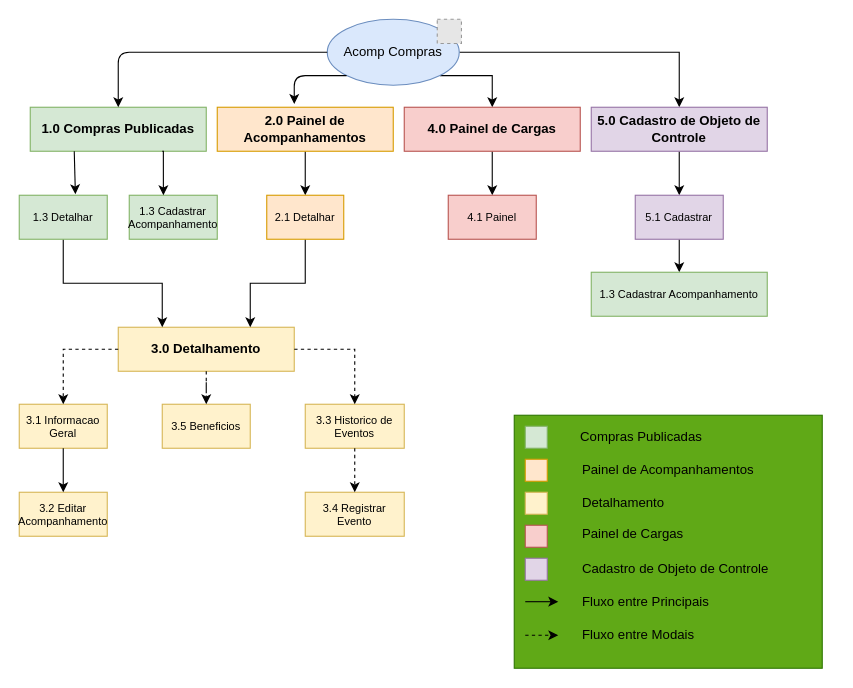
This is Acomp-Compras.drawio from TiagoDiasDev/aulas-particulares, a draw.io file, before an edit. Source tidied: cells renumbered, new cells numbered last; positions are measured from the earlier drawing's top-left corner, leaving out a move shared by most shapes. Both pictures are drawn from the tidied source at 110%, with x=0, y=0 at pixel (19, 19). Pictures stored in the file or linked from it are replaced by grey dashed boxes.
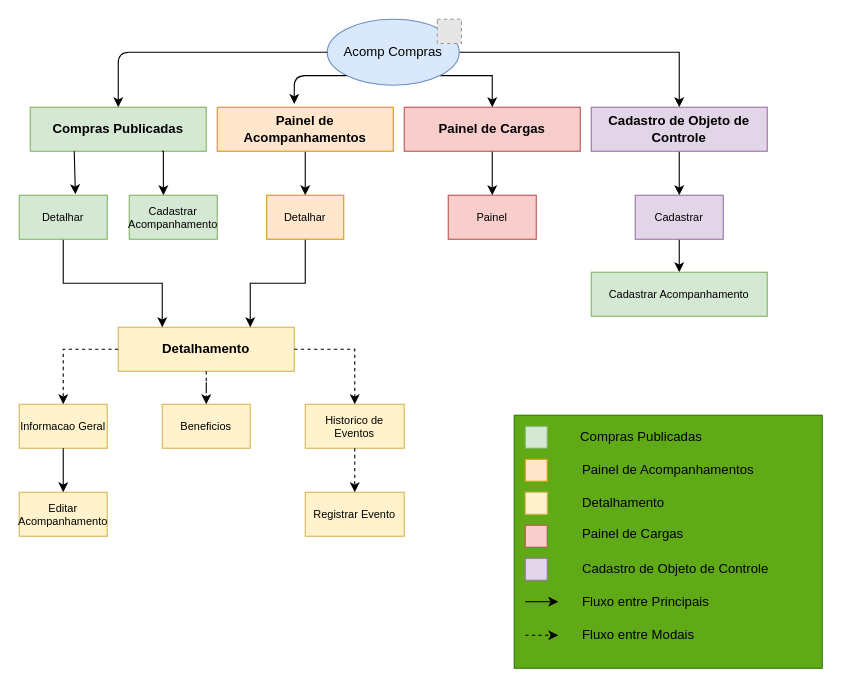
After the change.

Diff of the diagram source:
```diff
@@
-    <mxCell id="5" value="1.0 Compras Publicadas" style="rectangle;whiteSpace=wrap;html=1;fillColor=#d5e8d4;strokeColor=#82b366;fontSize=12;fontStyle=1;" parent="1" vertex="1">
+    <mxCell id="5" value="Compras Publicadas" style="rectangle;whiteSpace=wrap;html=1;fillColor=#d5e8d4;strokeColor=#82b366;fontSize=12;fontStyle=1;" parent="1" vertex="1">
       <mxGeometry x="10" y="80" width="160" height="40" as="geometry" />
     </mxCell>
@@
-    <mxCell id="7" value="2.0 Painel de Acompanhamentos" style="rectangle;whiteSpace=wrap;html=1;fillColor=#ffe6cc;strokeColor=#d79b00;fontSize=12;fontStyle=1;" parent="1" vertex="1">
+    <mxCell id="7" value="Painel de Acompanhamentos" style="rectangle;whiteSpace=wrap;html=1;fillColor=#ffe6cc;strokeColor=#d79b00;fontSize=12;fontStyle=1;" parent="1" vertex="1">
       <mxGeometry x="180" y="80" width="160" height="40" as="geometry" />
     </mxCell>
-    <mxCell id="8" value="3.0 Detalhamento" style="rectangle;whiteSpace=wrap;html=1;fillColor=#fff2cc;strokeColor=#d6b656;fontSize=12;fontStyle=1;" parent="1" vertex="1">
+    <mxCell id="8" value="Detalhamento" style="rectangle;whiteSpace=wrap;html=1;fillColor=#fff2cc;strokeColor=#d6b656;fontSize=12;fontStyle=1;" parent="1" vertex="1">
       <mxGeometry x="90" y="280" width="160" height="40" as="geometry" />
     </mxCell>
@@
-    <mxCell id="10" value="&lt;font style=&quot;font-size: 10px;&quot;&gt;1.3 Detalhar&lt;/font&gt;" style="rectangle;whiteSpace=wrap;html=1;fillColor=#d5e8d4;strokeColor=#82b366;fontSize=10;" parent="1" vertex="1">
+    <mxCell id="10" value="&lt;font style=&quot;font-size: 10px;&quot;&gt;Detalhar&lt;/font&gt;" style="rectangle;whiteSpace=wrap;html=1;fillColor=#d5e8d4;strokeColor=#82b366;fontSize=10;" parent="1" vertex="1">
       <mxGeometry y="160" width="80" height="40" as="geometry" />
     </mxCell>
-    <mxCell id="11" value="&lt;font style=&quot;font-size: 10px;&quot;&gt;1.3 Cadastrar Acompanhamento&lt;/font&gt;" style="rectangle;whiteSpace=wrap;html=1;fillColor=#d5e8d4;strokeColor=#82b366;fontSize=10;" parent="1" vertex="1">
+    <mxCell id="11" value="&lt;font style=&quot;font-size: 10px;&quot;&gt;Cadastrar Acompanhamento&lt;/font&gt;" style="rectangle;whiteSpace=wrap;html=1;fillColor=#d5e8d4;strokeColor=#82b366;fontSize=10;" parent="1" vertex="1">
       <mxGeometry x="100" y="160" width="80" height="40" as="geometry" />
     </mxCell>
@@
-    <mxCell id="13" value="2.1 Detalhar" style="rectangle;whiteSpace=wrap;html=1;fillColor=#ffe6cc;strokeColor=#d79b00;fontSize=10;" parent="1" vertex="1">
+    <mxCell id="13" value="Detalhar" style="rectangle;whiteSpace=wrap;html=1;fillColor=#ffe6cc;strokeColor=#d79b00;fontSize=10;" parent="1" vertex="1">
       <mxGeometry x="225" y="160" width="70" height="40" as="geometry" />
     </mxCell>
-    <mxCell id="14" value="3.1 Informacao Geral" style="rectangle;whiteSpace=wrap;html=1;fillColor=#fff2cc;strokeColor=#d6b656;fontSize=10;" parent="1" vertex="1">
+    <mxCell id="14" value="Informacao Geral" style="rectangle;whiteSpace=wrap;html=1;fillColor=#fff2cc;strokeColor=#d6b656;fontSize=10;" parent="1" vertex="1">
       <mxGeometry y="350" width="80" height="40" as="geometry" />
     </mxCell>
-    <mxCell id="15" value="3.3 Historico de Eventos" style="rectangle;whiteSpace=wrap;html=1;fillColor=#fff2cc;strokeColor=#d6b656;fontSize=10;" parent="1" vertex="1">
+    <mxCell id="15" value="Historico de Eventos" style="rectangle;whiteSpace=wrap;html=1;fillColor=#fff2cc;strokeColor=#d6b656;fontSize=10;" parent="1" vertex="1">
       <mxGeometry x="260" y="350" width="90" height="40" as="geometry" />
     </mxCell>
-    <mxCell id="16" value="3.5 Beneficios" style="rectangle;whiteSpace=wrap;html=1;fillColor=#fff2cc;strokeColor=#d6b656;fontSize=10;" parent="1" vertex="1">
+    <mxCell id="16" value="Beneficios" style="rectangle;whiteSpace=wrap;html=1;fillColor=#fff2cc;strokeColor=#d6b656;fontSize=10;" parent="1" vertex="1">
       <mxGeometry x="130" y="350" width="80" height="40" as="geometry" />
     </mxCell>
@@
-    <mxCell id="21" value="5.0 Cadastro de Objeto de Controle" style="rectangle;whiteSpace=wrap;html=1;fillColor=#e1d5e7;strokeColor=#9673a6;fontSize=12;fontStyle=1;" parent="1" vertex="1">
+    <mxCell id="21" value="Cadastro de Objeto de Controle" style="rectangle;whiteSpace=wrap;html=1;fillColor=#e1d5e7;strokeColor=#9673a6;fontSize=12;fontStyle=1;" parent="1" vertex="1">
       <mxGeometry x="520" y="80" width="160" height="40" as="geometry" />
     </mxCell>
@@
-    <mxCell id="23" value="5.1 Cadastrar" style="rectangle;whiteSpace=wrap;html=1;fillColor=#e1d5e7;strokeColor=#9673a6;fontSize=10;" parent="1" vertex="1">
+    <mxCell id="23" value="Cadastrar" style="rectangle;whiteSpace=wrap;html=1;fillColor=#e1d5e7;strokeColor=#9673a6;fontSize=10;" parent="1" vertex="1">
       <mxGeometry x="560" y="160" width="80" height="40" as="geometry" />
     </mxCell>
@@
-    <mxCell id="25" value="4.0 Painel de Cargas" style="rectangle;whiteSpace=wrap;html=1;fillColor=#f8cecc;strokeColor=#b85450;fontSize=12;fontStyle=1;" parent="1" vertex="1">
+    <mxCell id="25" value="Painel de Cargas" style="rectangle;whiteSpace=wrap;html=1;fillColor=#f8cecc;strokeColor=#b85450;fontSize=12;fontStyle=1;" parent="1" vertex="1">
       <mxGeometry x="350" y="80" width="160" height="40" as="geometry" />
     </mxCell>
-    <mxCell id="26" value="4.1 Painel" style="rectangle;whiteSpace=wrap;html=1;fillColor=#f8cecc;strokeColor=#b85450;fontSize=10;" parent="1" vertex="1">
+    <mxCell id="26" value="Painel" style="rectangle;whiteSpace=wrap;html=1;fillColor=#f8cecc;strokeColor=#b85450;fontSize=10;" parent="1" vertex="1">
       <mxGeometry x="390" y="160" width="80" height="40" as="geometry" />
     </mxCell>
-    <mxCell id="27" value="1.3 Cadastrar Acompanhamento" style="rectangle;whiteSpace=wrap;html=1;fillColor=#d5e8d4;strokeColor=#82b366;fontSize=10;" parent="1" vertex="1">
+    <mxCell id="27" value="Cadastrar Acompanhamento" style="rectangle;whiteSpace=wrap;html=1;fillColor=#d5e8d4;strokeColor=#82b366;fontSize=10;" parent="1" vertex="1">
       <mxGeometry x="520" y="230" width="160" height="40" as="geometry" />
     </mxCell>
-    <mxCell id="28" value="3.2 Editar Acompanhamento" style="rectangle;whiteSpace=wrap;html=1;fillColor=#fff2cc;strokeColor=#d6b656;fontSize=10;" parent="1" vertex="1">
+    <mxCell id="28" value="Editar Acompanhamento" style="rectangle;whiteSpace=wrap;html=1;fillColor=#fff2cc;strokeColor=#d6b656;fontSize=10;" parent="1" vertex="1">
       <mxGeometry y="430" width="80" height="40" as="geometry" />
     </mxCell>
-    <mxCell id="29" value="3.4 Registrar Evento" style="rectangle;whiteSpace=wrap;html=1;fillColor=#fff2cc;strokeColor=#d6b656;fontSize=10;" parent="1" vertex="1">
+    <mxCell id="29" value="Registrar Evento" style="rectangle;whiteSpace=wrap;html=1;fillColor=#fff2cc;strokeColor=#d6b656;fontSize=10;" parent="1" vertex="1">
       <mxGeometry x="260" y="430" width="90" height="40" as="geometry" />
     </mxCell>
```
